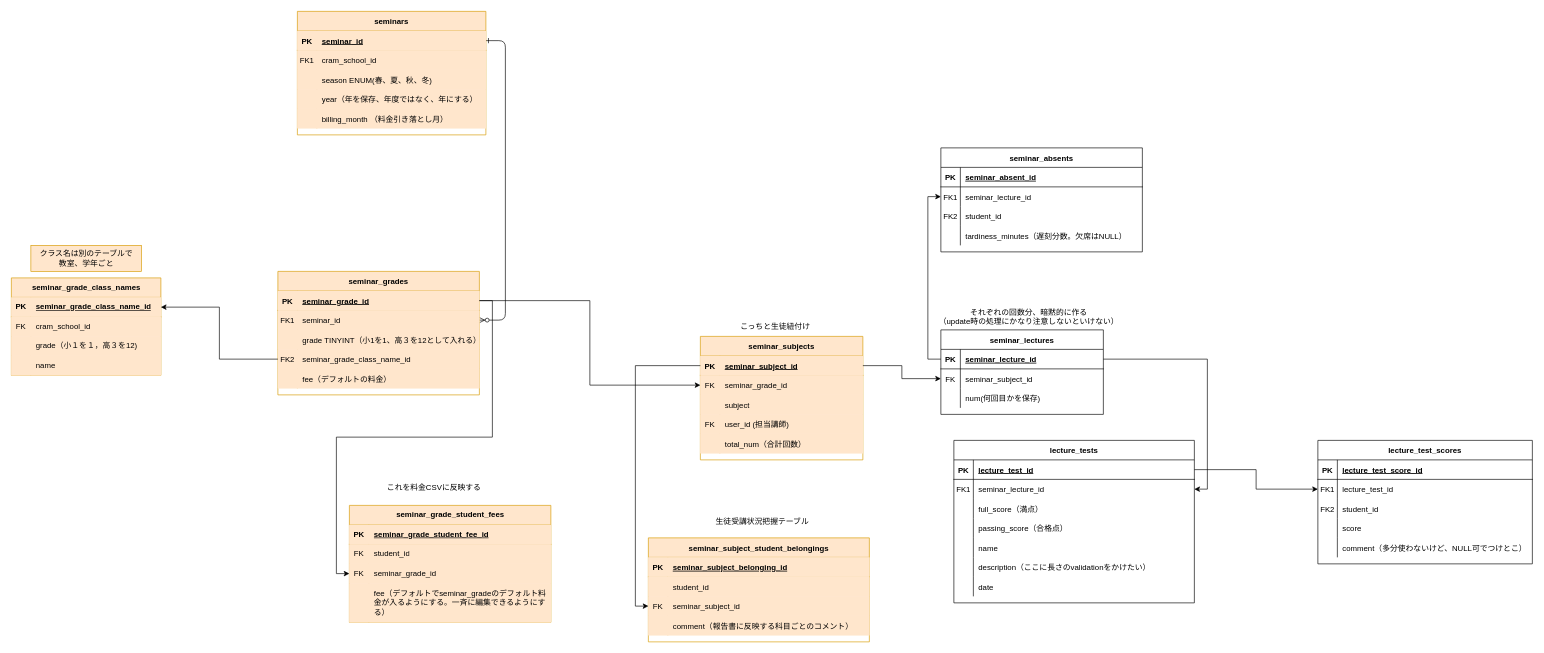
Earlier version of the draw.io diagram 講習会.drawio (satoru817/4eachkeijiban). Source tidied: cells renumbered, new cells numbered last; positions are measured from the earlier drawing's top-left corner, leaving out a move shared by most shapes. Both pictures are drawn from the tidied source at 65%, with x=0, y=0 at pixel (11, 11).
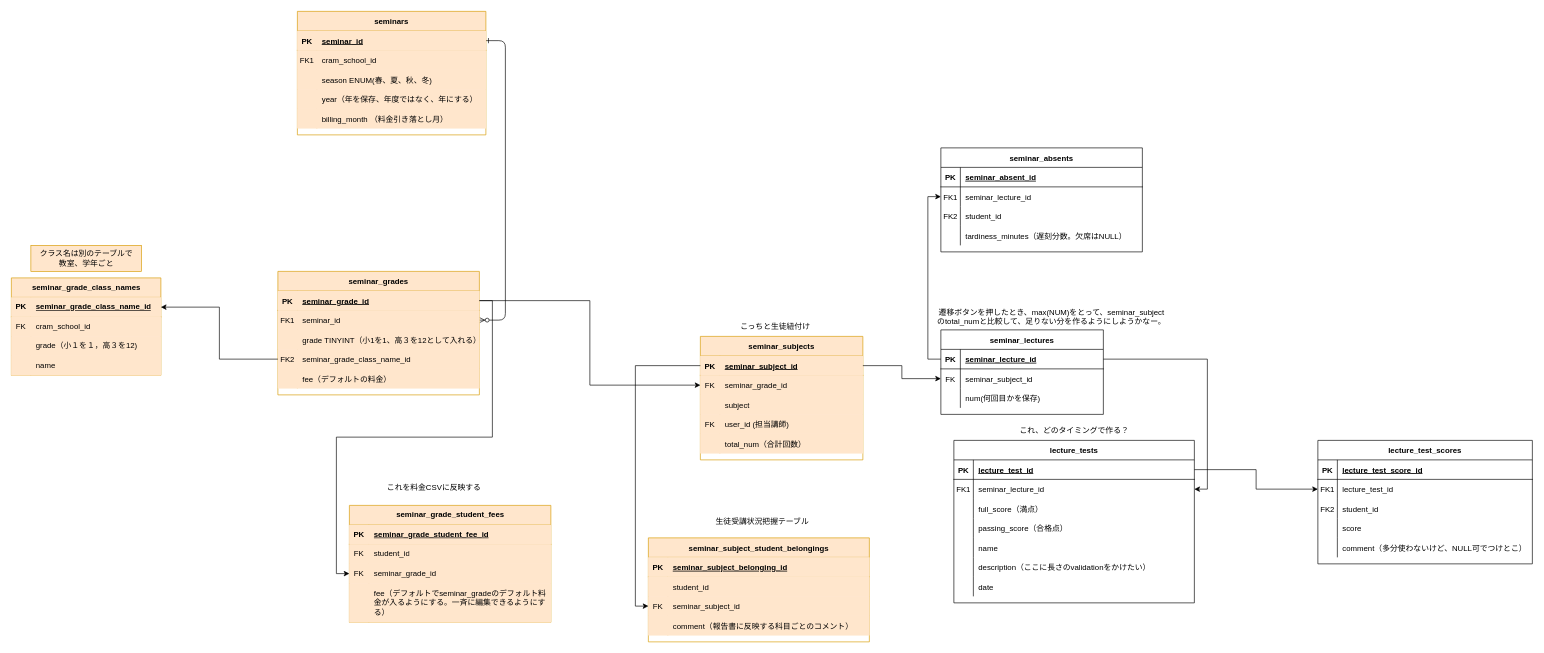
After the change.

Commit message (it also covers changes not shown here):
講習会.drawio を更新します

The edit, as a diff of the source:
```diff
@@
-    <mxCell id="131" value="それぞれの回数分、暗黙的に作る&lt;br&gt;（update時の処理にかなり注意しないといけない）" style="text;html=1;align=center;verticalAlign=middle;strokeColor=none;fillColor=none;" parent="1" vertex="1">
-      <mxGeometry x="1415" y="450" width="300" height="40" as="geometry" />
+    <mxCell id="131" value="遷移ボタンを押したとき、max(NUM)をとって、seminar_subject&lt;br&gt;のtotal_numと比較して、足りない分を作るようにしようかなー。" style="text;html=1;align=center;verticalAlign=middle;strokeColor=none;fillColor=none;" parent="1" vertex="1">
+      <mxGeometry x="1410" y="450" width="380" height="40" as="geometry" />
     </mxCell>
@@
+    <mxCell id="164" value="これ、どのタイミングで作る？" style="text;html=1;align=center;verticalAlign=middle;strokeColor=none;fillColor=none;" parent="1" vertex="1">
+      <mxGeometry x="1540" y="630" width="190" height="30" as="geometry" />
+    </mxCell>
```
